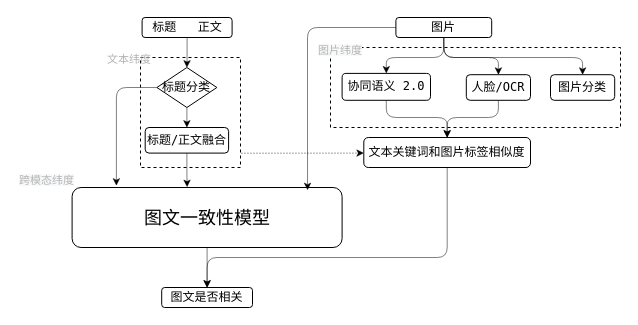
Before: AIGC.drawio in 2018liuyan/one, a draw.io diagram. Source tidied: cells renumbered, new cells numbered last; positions are measured from the earlier drawing's top-left corner, leaving out a move shared by most shapes. Both pictures are drawn from the tidied source at 100%, with x=0, y=0 at pixel (17, 17).
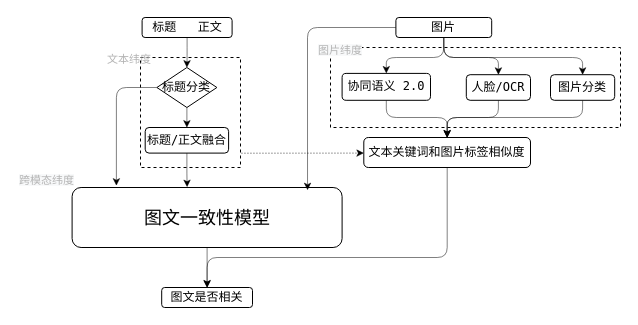
Above is the later version.

The change refers to these unchanged cells:
```xml
<mxCell id="19" value="文本关键词和图片标签相似度" style="rounded=1;whiteSpace=wrap;html=1;fontFamily=Lucida Console;" parent="1" vertex="1">
  <mxGeometry x="346.3" y="120" width="166.7" height="30" as="geometry" />
</mxCell>
<mxCell id="29" value="图片分类" style="rounded=1;whiteSpace=wrap;html=1;fontFamily=Lucida Console;" parent="1" vertex="1">
  <mxGeometry x="533" y="57.2" width="64.2" height="25.6" as="geometry" />
</mxCell>
```

What changed in the source:
```diff
@@
+    <mxCell id="30" style="edgeStyle=orthogonalEdgeStyle;rounded=1;jettySize=auto;html=1;entryX=0.5;entryY=0;entryDx=0;entryDy=0;strokeWidth=0.5;fontColor=#000000;" parent="1" edge="1" source="29" target="19">
+      <mxGeometry relative="1" as="geometry">
+        <Array as="points">
+          <mxPoint x="565" y="100" />
+          <mxPoint x="430" y="100" />
+        </Array>
+      </mxGeometry>
+    </mxCell>
```
